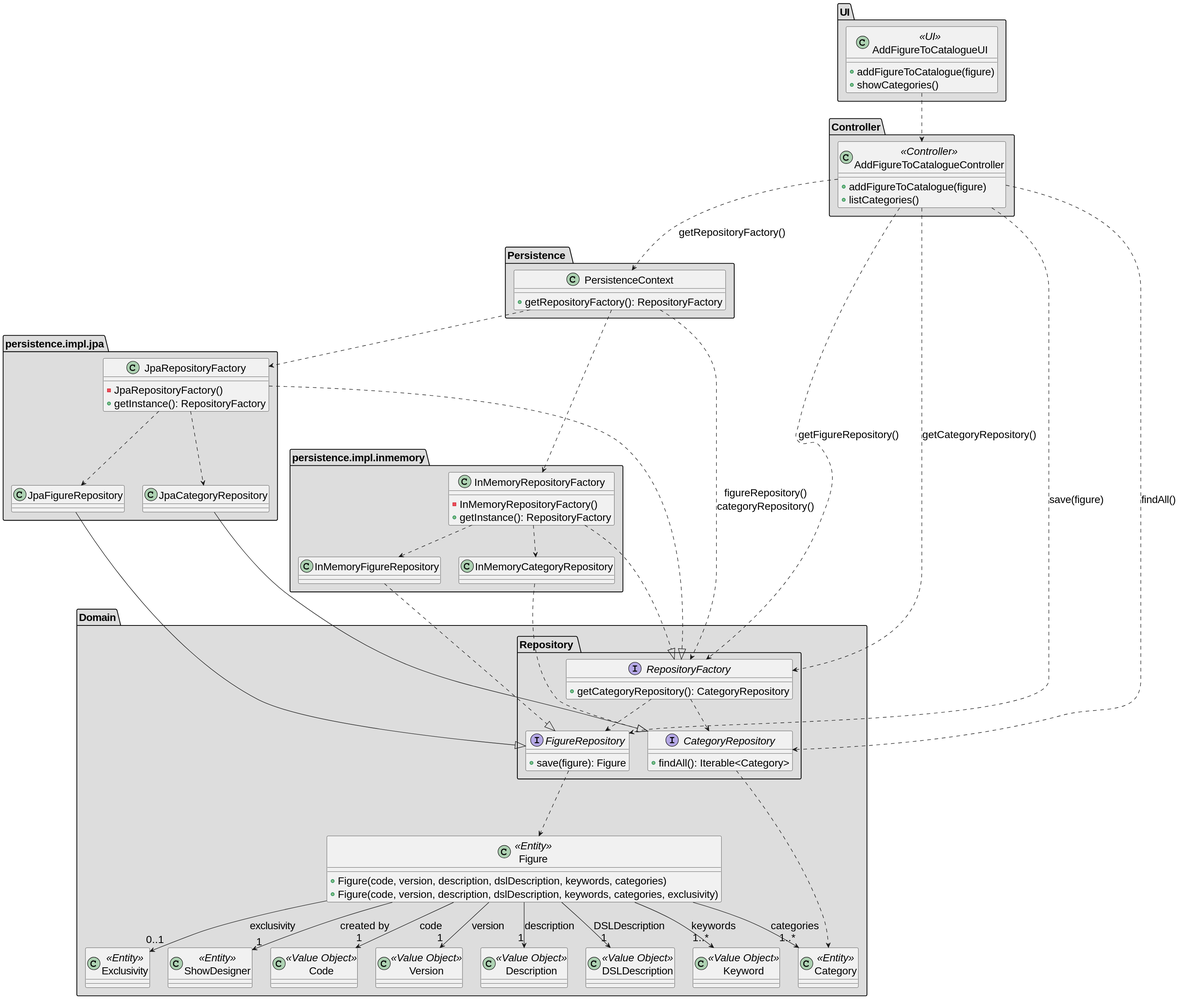
This is docs/SPRINT_2/US233/images/class_diagram_us233.svg from diogoveirospro/sem4pi-2024-2025-sem4pi_2024_2025_g44, a PlantUML export, as it was before one commit.
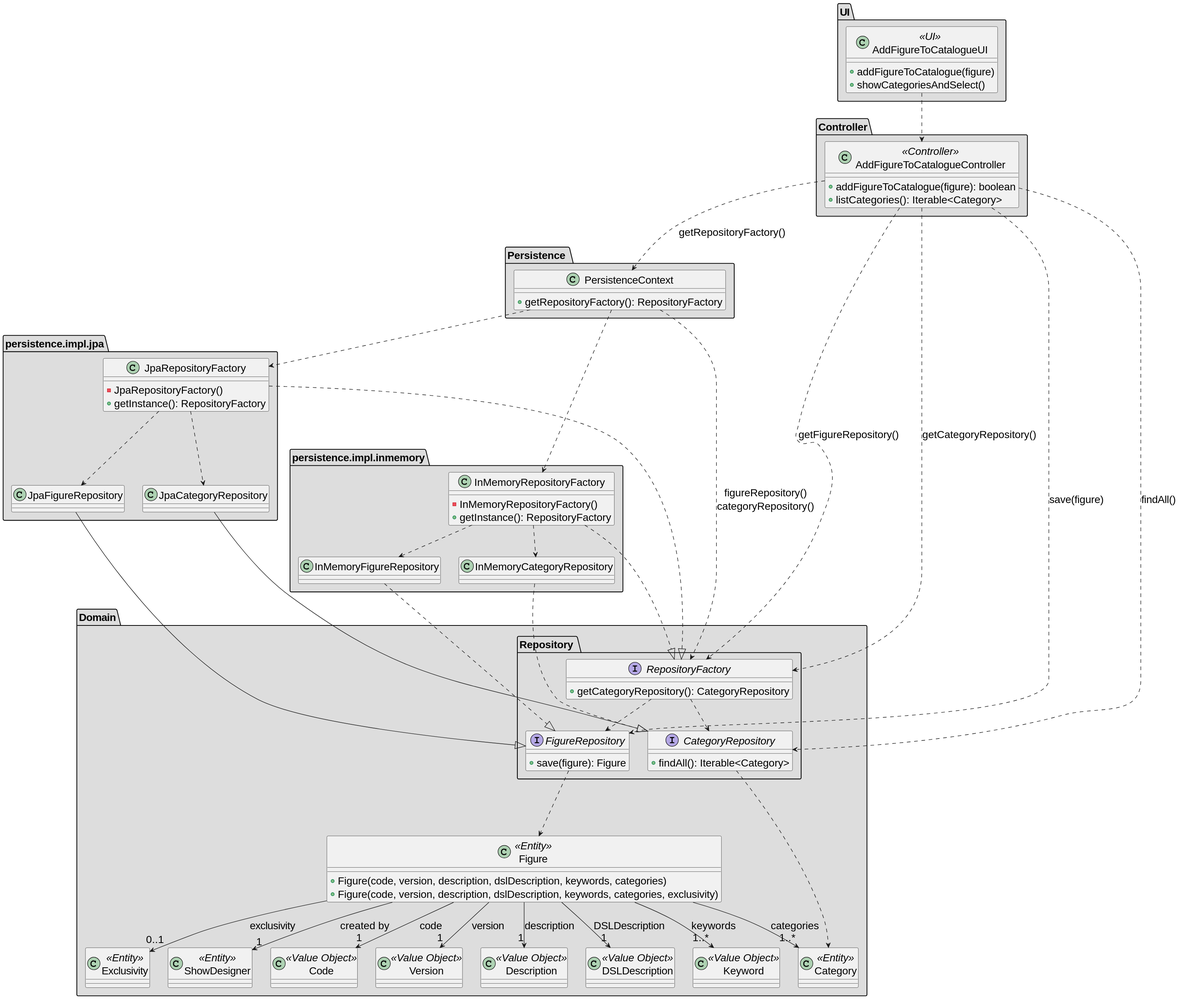
The same diagram one commit later.

The edit, as a diff of the source:
```diff
@@ -89,14 +89,14 @@
 package "UI" #DDDDDD {
     class AddFigureToCatalogueUI <<UI>> {
         + addFigureToCatalogue(figure)
-        + showCategories()
+        + showCategoriesAndSelect()
     }
 }
 
 package "Controller" #DDDDDD {
     class AddFigureToCatalogueController <<Controller>> {
-        + addFigureToCatalogue(figure)
-        + listCategories()
+        + addFigureToCatalogue(figure): boolean
+        + listCategories(): Iterable<Category>
     }
 }
 
```
